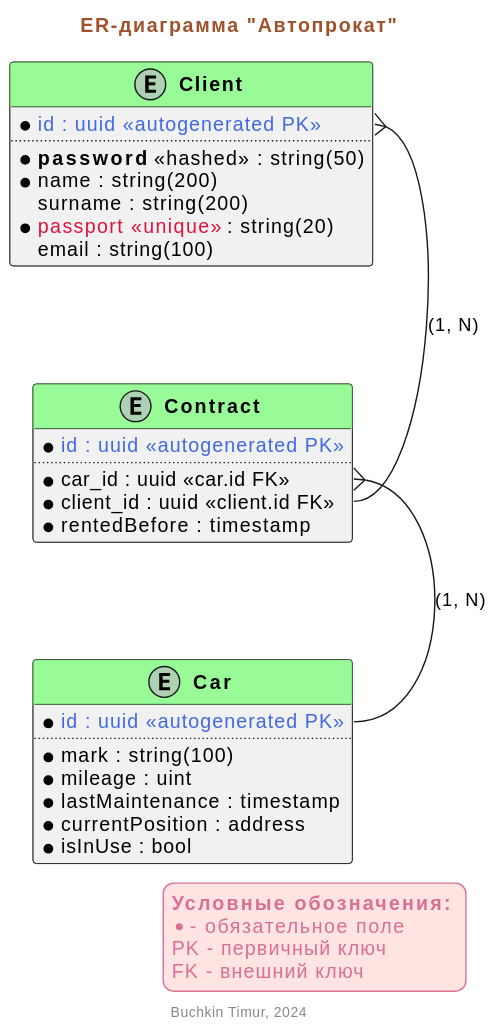
Above: Lab1/Carsharing.svg in Timur-ux/DB-labs (PlantUML), before the change. The source it was exported from:
```plantuml
@startuml
!function $autogenerated($a)
!return "<color:RoyalBlue>" + $a + " <<autogenerated PK>></color>"
!endfunction

!function $unique($a)
!return "<color:Crimson>" + $a + " <<unique>></color>"
!endfunction

!function $setBold($a)
!return "<b>" + $a + " </b>"
!endfunction

!function $hashed($a)
!return $setBold($a) + "<<hashed>>"
!endfunction

skinparam LegendBackgroundColor MistyRose
skinparam LegendBorderColor PaleVioletRed
skinparam LegendFontColor PaleVioletRed

skinparam Class {
    HeaderBackgroundColor PaleGreen
}

skinparam TitleFontColor Sienna

Title ER-диаграмма "Автопрокат"

entity "$setBold("Client")" as client {
    * $autogenerated("id : uuid")
    ..
    * $hashed("password") : string(50)
    * name : string(200)
    surname : string(200)
    * $unique("passport") : string(20)
    email : string(100)
}

entity "$setBold("Contract")" as contract {
  * $autogenerated("id : uuid")
  ..
  * car_id : uuid <<car.id FK>>
  * client_id : uuid <<client.id FK>>
  * rentedBefore : timestamp
}

entity "$setBold("Car")" as car {
    * $autogenerated("id : uuid")
    ..
    * mark : string(100)
    * mileage : uint
    * lastMaintenance : timestamp
    * currentPosition : address
    * isInUse : bool
}

client::id }-- contract::client_id : (1, N)
contract::car_id }-- car::id : (1, N)

legend right
$setBold("Условные обозначения:")
* - обязательное поле
PK - первичный ключ
FK - внешний ключ
end legend

footer Buchkin Timur, 2024
@enduml
```
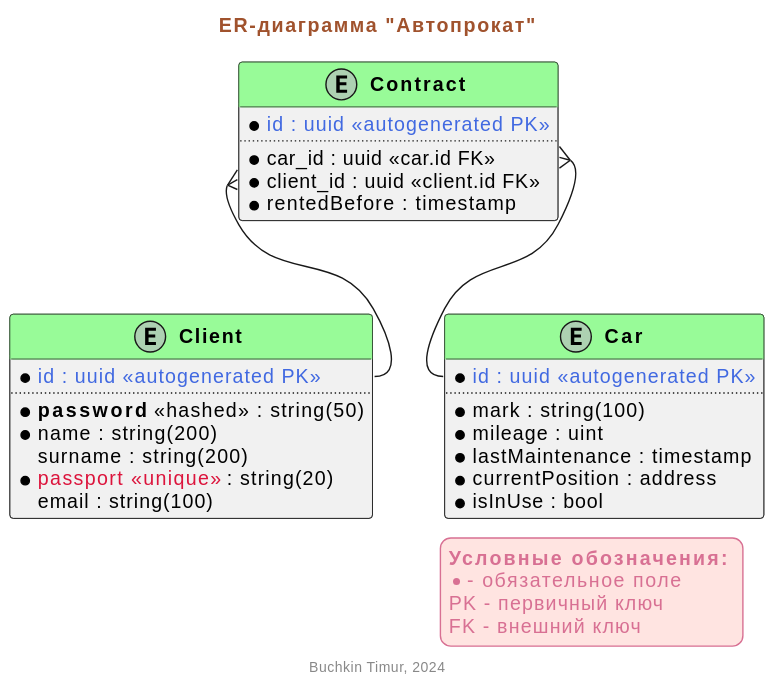
Later version of the same file.

Change to the diagram source:
```diff
@@ -55,8 +55,8 @@
     * isInUse : bool
 }
 
-client::id }-- contract::client_id : (1, N)
-contract::car_id }-- car::id : (1, N)
+contract::client_id }-- client::id
+contract::car_id }-- car::id
 
 legend right
 $setBold("Условные обозначения:")
```
